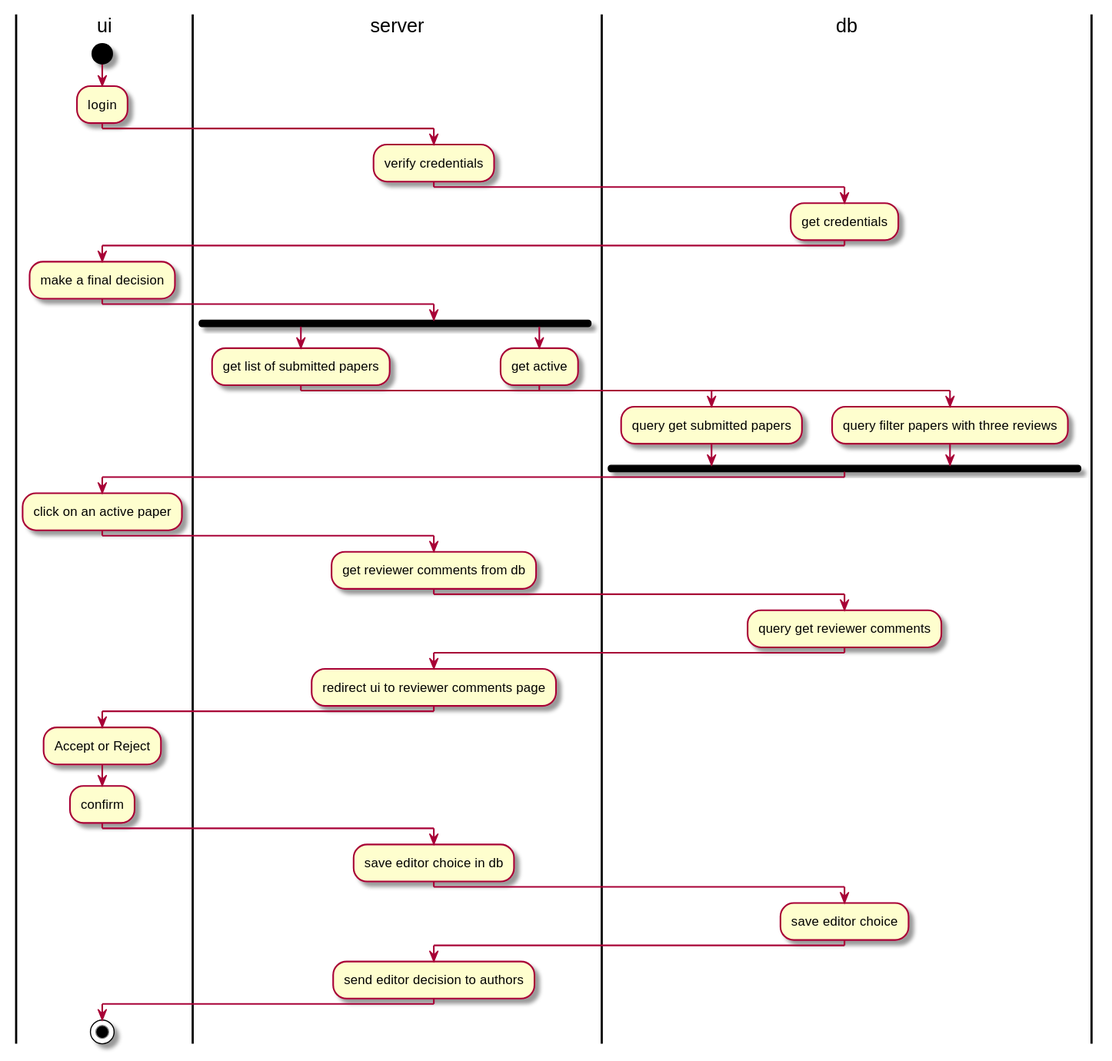
Above: lab/lab3/activity2.svg in Arunscape/ECE493 (PlantUML), before the change.
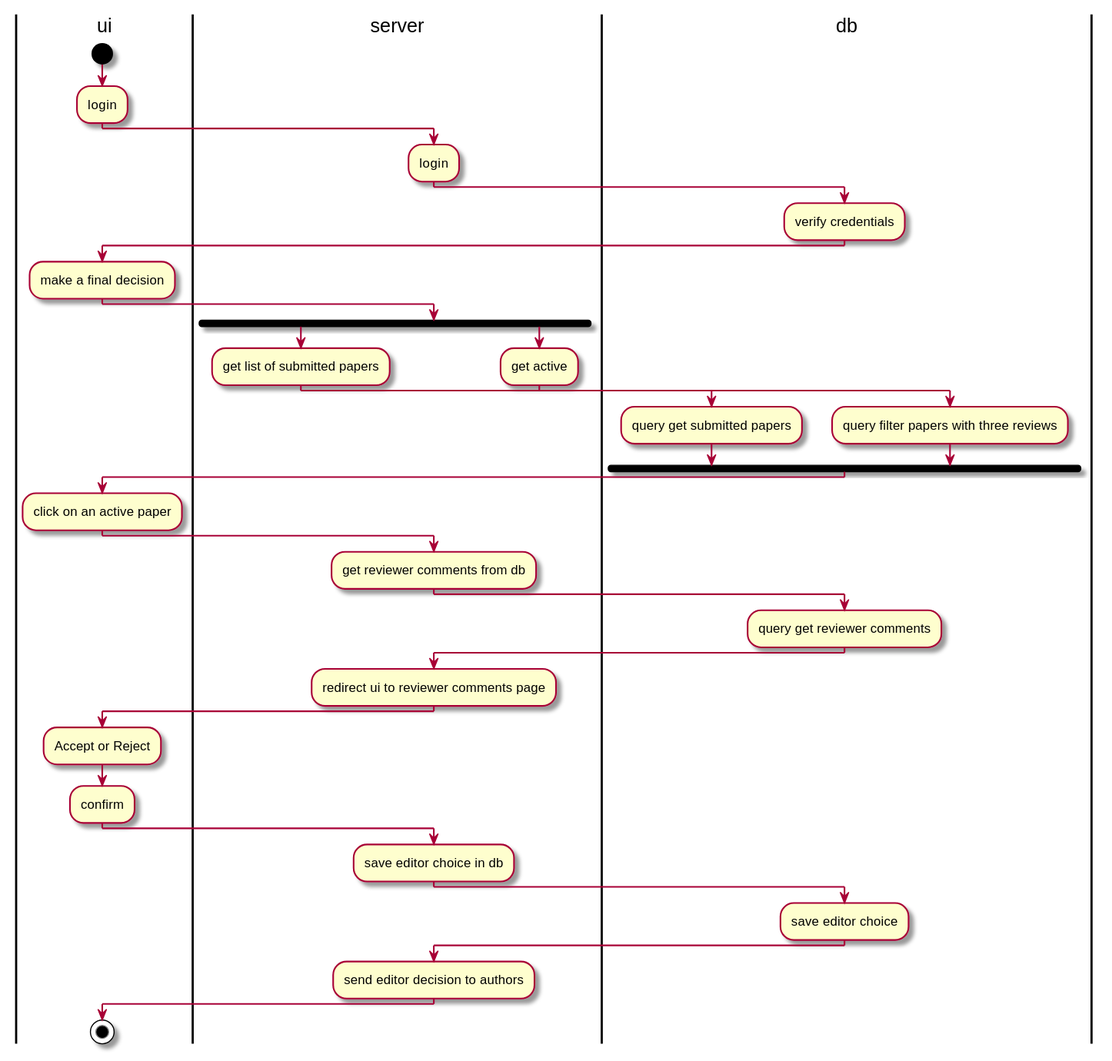
Above is the later version.

Diff of the diagram source:
```diff
@@ -4,10 +4,10 @@
 :login;
 
 |server|
-:verify credentials;
+:login;
 
 |db|
-:get credentials;
+:verify credentials;
 
 |ui|
 :make a final decision;
```
